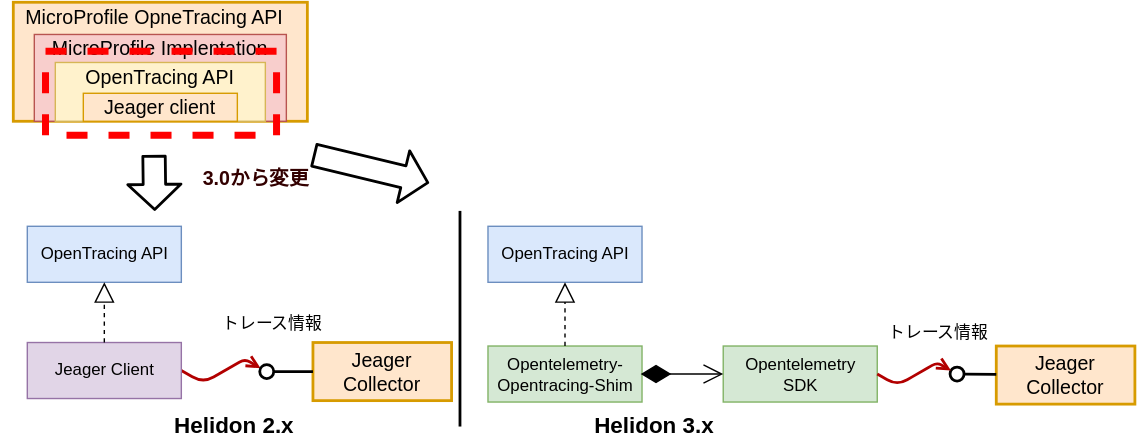
This is src/img/mp/16-3_tracing.drawio.svg from mamezou-tech/mamezou-tech-site, a draw.io export, as it was before one commit. Source tidied: cells renumbered, new cells last; positions are measured from the earlier drawing's top-left corner, leaving out a move shared by most shapes.
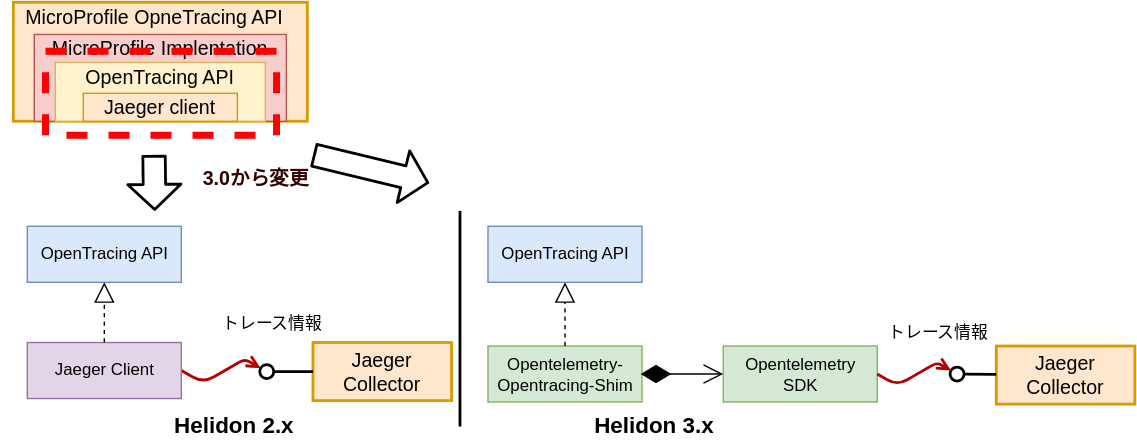
After the change.

What changed in the source:
```diff
@@ -11,7 +11,7 @@
     <mxCell id="4" style="rounded=0;whiteSpace=wrap;html=1;fontSize=14;strokeWidth=1;strokeColor=#d6b656;fillColor=#fff2cc;labelPosition=center;verticalLabelPosition=top;align=center;verticalAlign=bottom;" parent="1" vertex="1">
       <mxGeometry x="39" y="44" width="150" height="42" as="geometry" />
     </mxCell>
-    <mxCell id="5" value="Jeager&lt;br&gt;Collector" style="rounded=0;whiteSpace=wrap;html=1;fontSize=14;strokeWidth=2;fillColor=#ffe6cc;strokeColor=#d79b00;" parent="1" vertex="1">
+    <mxCell id="5" value="Jaeger&lt;br&gt;Collector" style="rounded=0;whiteSpace=wrap;html=1;fontSize=14;strokeWidth=2;fillColor=#ffe6cc;strokeColor=#d79b00;" parent="1" vertex="1">
       <mxGeometry x="711" y="246.5" width="99" height="41.5" as="geometry" />
     </mxCell>
     <mxCell id="6" style="rounded=0;jettySize=auto;html=1;endArrow=none;endFill=0;sketch=0;sourcePerimeterSpacing=0;targetPerimeterSpacing=0;fontSize=14;strokeWidth=2;" parent="1" edge="1" source="5" target="7">
@@ -20,7 +20,7 @@
     <mxCell id="7" style="ellipse;whiteSpace=wrap;html=1;align=center;points=[];outlineConnect=0;sketch=0;fontSize=14;strokeWidth=2;fillColor=none;" parent="1" vertex="1">
       <mxGeometry x="678" y="261.5" width="10" height="10" as="geometry" />
     </mxCell>
-    <mxCell id="8" value="Jeager client" style="rounded=0;whiteSpace=wrap;html=1;fontSize=14;strokeWidth=1;fillColor=#ffe6cc;strokeColor=#d79b00;" parent="1" vertex="1">
+    <mxCell id="8" value="Jaeger client" style="rounded=0;whiteSpace=wrap;html=1;fontSize=14;strokeWidth=1;fillColor=#ffe6cc;strokeColor=#d79b00;" parent="1" vertex="1">
       <mxGeometry x="59" y="66" width="110" height="20" as="geometry" />
     </mxCell>
     <mxCell id="9" value="OpenTracing API" style="text;html=1;strokeColor=none;fillColor=none;align=center;verticalAlign=middle;whiteSpace=wrap;rounded=0;fontSize=14;" parent="1" vertex="1">
@@ -41,7 +41,7 @@
     <mxCell id="14" style="edgeStyle=isometricEdgeStyle;html=1;exitX=1;exitY=0.5;exitDx=0;exitDy=0;elbow=vertical;strokeColor=#B20000;strokeWidth=2;endArrow=open;endFill=0;" parent="1" edge="1" source="15" target="29">
       <mxGeometry relative="1" as="geometry" />
     </mxCell>
-    <mxCell id="15" value="Jeager Client" style="html=1;fillColor=#e1d5e7;strokeColor=#9673a6;" parent="1" vertex="1">
+    <mxCell id="15" value="Jaeger Client" style="html=1;fillColor=#e1d5e7;strokeColor=#9673a6;" parent="1" vertex="1">
       <mxGeometry x="19" y="244" width="110" height="40" as="geometry" />
     </mxCell>
     <mxCell id="16" style="endArrow=block;dashed=1;endFill=0;endSize=12;html=1;exitX=0.5;exitY=0;exitDx=0;exitDy=0;" parent="1" edge="1" source="15" target="13">
@@ -65,9 +65,6 @@
     <mxCell id="22" style="endArrow=open;endFill=1;endSize=12;html=1;exitX=0.5;exitY=1;exitDx=0;exitDy=0;" parent="1" edge="1" source="21" target="20">
       <mxGeometry relative="1" as="geometry" />
     </mxCell>
-    <mxCell id="23" style="rounded=0;whiteSpace=wrap;html=1;fillColor=none;strokeWidth=5;strokeColor=#FF0000;dashed=1;" parent="1" vertex="1">
-      <mxGeometry x="32" y="36" width="165" height="60" as="geometry" />
-    </mxCell>
     <mxCell id="24" style="endArrow=none;html=1;strokeWidth=2;" parent="1" edge="1">
       <mxGeometry relative="1" as="geometry">
         <mxPoint x="328" y="304" as="sourcePoint" />
@@ -83,7 +80,7 @@
     <mxCell id="27" style="endArrow=open;html=1;fontSize=14;exitX=1;exitY=0.5;exitDx=0;exitDy=0;edgeStyle=isometricEdgeStyle;elbow=vertical;fillColor=#e51400;strokeColor=#B20000;strokeWidth=2;endFill=0;" parent="1" edge="1" source="20" target="7">
       <mxGeometry relative="1" as="geometry" />
     </mxCell>
-    <mxCell id="28" value="Jeager&lt;br&gt;Collector" style="rounded=0;whiteSpace=wrap;html=1;fontSize=14;strokeWidth=2;fillColor=#ffe6cc;strokeColor=#d79b00;" parent="1" vertex="1">
+    <mxCell id="28" value="Jaeger&lt;br&gt;Collector" style="rounded=0;whiteSpace=wrap;html=1;fontSize=14;strokeWidth=2;fillColor=#ffe6cc;strokeColor=#d79b00;" parent="1" vertex="1">
       <mxGeometry x="223" y="244" width="99" height="41.5" as="geometry" />
     </mxCell>
     <mxCell id="29" style="ellipse;whiteSpace=wrap;html=1;align=center;points=[];outlineConnect=0;sketch=0;fontSize=14;strokeWidth=2;fillColor=none;" parent="1" vertex="1">
@@ -113,5 +110,8 @@
     <mxCell id="35" value="Text" style="text;html=1;strokeColor=none;fillColor=none;align=center;verticalAlign=middle;whiteSpace=wrap;rounded=0;fontSize=14;fontColor=#FFFFFF;" parent="1" vertex="1">
       <mxGeometry x="242" y="180" width="60" height="30" as="geometry" />
     </mxCell>
+    <mxCell id="23" style="rounded=0;whiteSpace=wrap;html=1;fillColor=none;strokeWidth=5;strokeColor=#FF0000;dashed=1;" parent="1" vertex="1">
+      <mxGeometry x="32" y="36" width="165" height="60" as="geometry" />
+    </mxCell>
   </root>
 </mxGraphModel>
```
